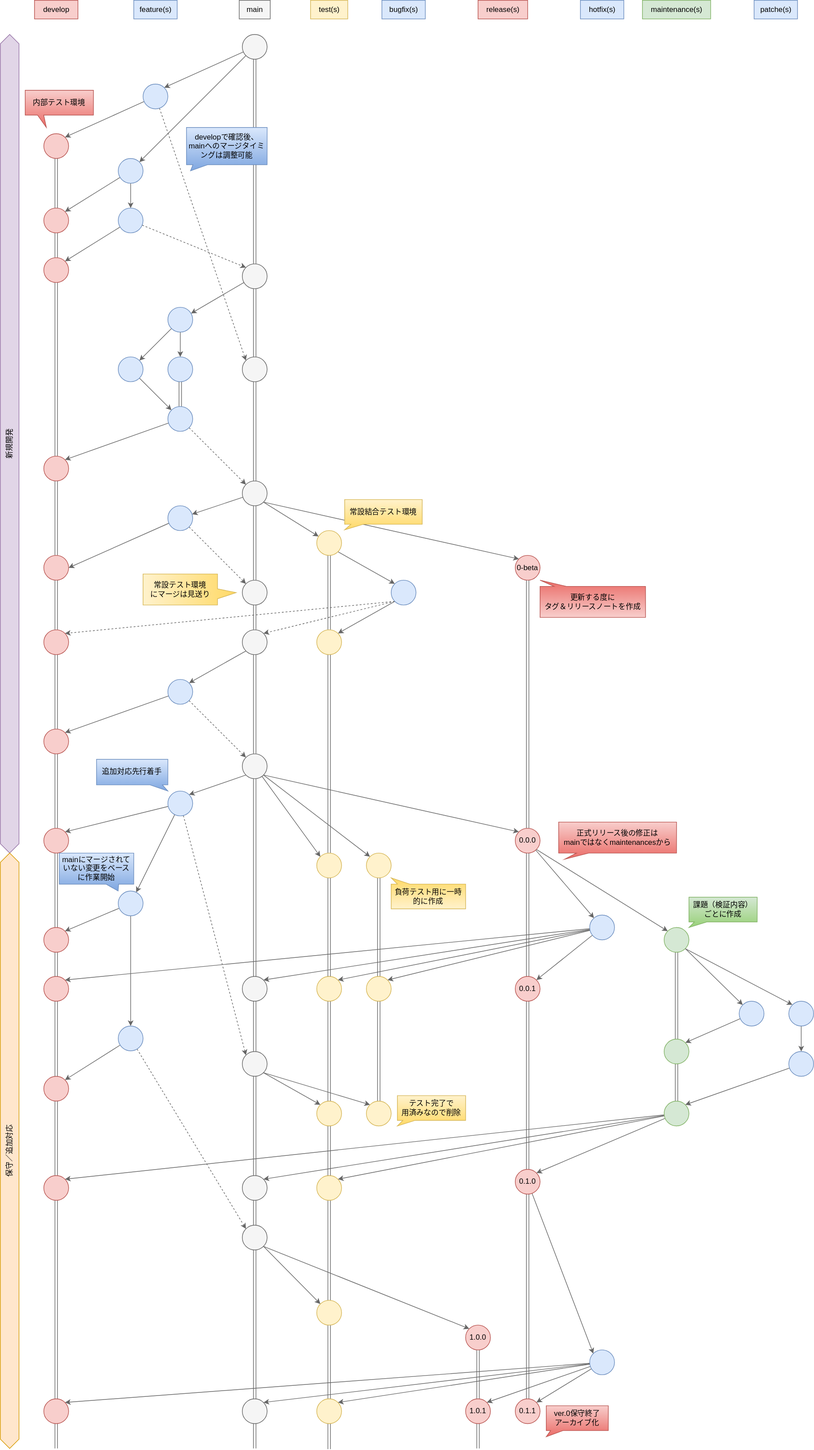
Earlier version of the draw.io export git/branch-strategy/git-biz-flow.drawio.svg (bizhermit/note). Source tidied: cells renumbered, new cells last; positions are measured from the earlier drawing's top-left corner, leaving out a move shared by most shapes.
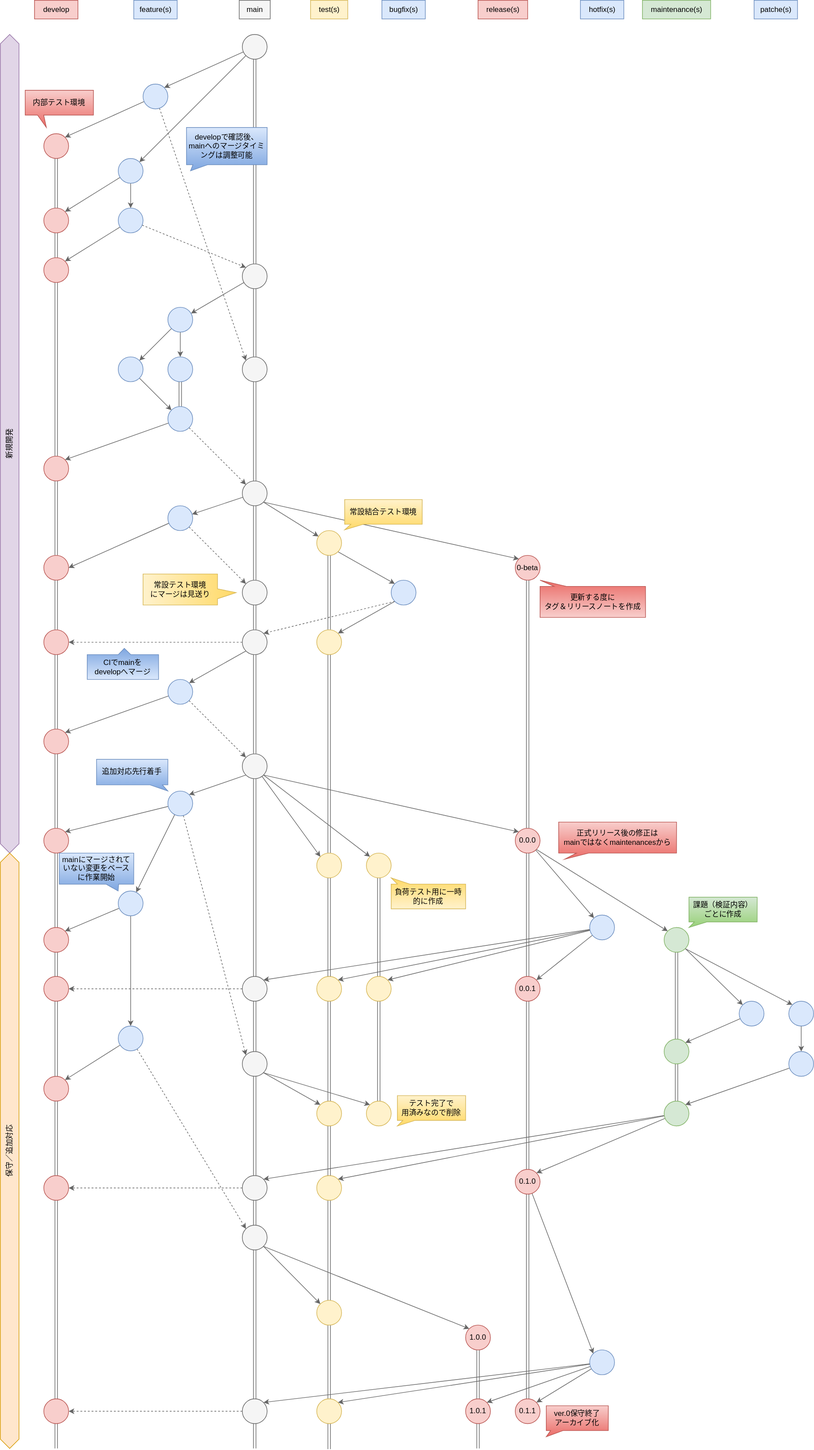
After the change.

Diff of the diagram source:
```diff
@@ -149,7 +149,7 @@
     <mxCell id="50" style="edgeStyle=none;html=1;entryX=1;entryY=0;entryDx=0;entryDy=0;fontColor=#000000;endArrow=classic;endFill=1;fillColor=#f5f5f5;strokeColor=#666666;exitX=0;exitY=1;exitDx=0;exitDy=0;dashed=1;" parent="1" edge="1" source="52" target="66">
       <mxGeometry relative="1" as="geometry" />
     </mxCell>
-    <mxCell id="51" style="edgeStyle=none;html=1;entryX=1;entryY=0;entryDx=0;entryDy=0;fontColor=#000000;endArrow=classic;endFill=1;fillColor=#f5f5f5;strokeColor=#666666;exitX=0;exitY=1;exitDx=0;exitDy=0;dashed=1;" parent="1" edge="1" source="52" target="156">
+    <mxCell id="51" style="edgeStyle=none;html=1;entryX=1;entryY=0.5;entryDx=0;entryDy=0;fontColor=#000000;endArrow=classic;endFill=1;fillColor=#f5f5f5;strokeColor=#666666;exitX=0;exitY=0.5;exitDx=0;exitDy=0;dashed=1;" parent="1" edge="1" source="66" target="156">
       <mxGeometry relative="1" as="geometry" />
     </mxCell>
     <mxCell id="52" style="ellipse;whiteSpace=wrap;html=1;fillColor=#dae8fc;strokeColor=#6c8ebf;fontColor=#000000;" parent="1" vertex="1">
@@ -224,7 +224,7 @@
     <mxCell id="75" style="edgeStyle=none;html=1;entryX=1;entryY=0;entryDx=0;entryDy=0;fillColor=#f5f5f5;strokeColor=#666666;fontColor=#000000;" parent="1" edge="1" source="78" target="87">
       <mxGeometry relative="1" as="geometry" />
     </mxCell>
-    <mxCell id="76" style="edgeStyle=none;html=1;entryX=1;entryY=0;entryDx=0;entryDy=0;fontColor=#000000;endArrow=classic;endFill=1;fillColor=#f5f5f5;strokeColor=#666666;" parent="1" edge="1" source="78" target="150">
+    <mxCell id="76" style="edgeStyle=none;html=1;entryX=1;entryY=0.5;entryDx=0;entryDy=0;fontColor=#000000;endArrow=classic;endFill=1;fillColor=#f5f5f5;strokeColor=#666666;exitX=0;exitY=0.5;exitDx=0;exitDy=0;dashed=1;" parent="1" edge="1" source="85" target="150">
       <mxGeometry relative="1" as="geometry" />
     </mxCell>
     <mxCell id="77" style="edgeStyle=none;html=1;entryX=1;entryY=0;entryDx=0;entryDy=0;fillColor=#f5f5f5;strokeColor=#666666;" parent="1" edge="1" source="78" target="175">
@@ -311,7 +311,7 @@
     <mxCell id="104" style="edgeStyle=none;html=1;entryX=1;entryY=0;entryDx=0;entryDy=0;fillColor=#f5f5f5;strokeColor=#666666;fontColor=#000000;" parent="1" edge="1" source="106" target="115">
       <mxGeometry relative="1" as="geometry" />
     </mxCell>
-    <mxCell id="105" style="edgeStyle=none;html=1;entryX=1;entryY=0;entryDx=0;entryDy=0;fontColor=#000000;endArrow=classic;endFill=1;fillColor=#f5f5f5;strokeColor=#666666;" parent="1" edge="1" source="106" target="152">
+    <mxCell id="105" style="edgeStyle=none;html=1;entryX=1;entryY=0.5;entryDx=0;entryDy=0;fontColor=#000000;endArrow=classic;endFill=1;fillColor=#f5f5f5;strokeColor=#666666;exitX=0;exitY=0.5;exitDx=0;exitDy=0;dashed=1;" parent="1" edge="1" source="115" target="152">
       <mxGeometry relative="1" as="geometry" />
     </mxCell>
     <mxCell id="106" style="ellipse;whiteSpace=wrap;html=1;fillColor=#d5e8d4;strokeColor=#82b366;fontColor=#000000;" parent="1" vertex="1">
@@ -419,7 +419,7 @@
     <mxCell id="140" style="edgeStyle=none;html=1;entryX=1;entryY=0;entryDx=0;entryDy=0;fontColor=#000000;fillColor=#f5f5f5;strokeColor=#666666;" parent="1" edge="1" source="143" target="148">
       <mxGeometry relative="1" as="geometry" />
     </mxCell>
-    <mxCell id="141" style="edgeStyle=none;html=1;entryX=1;entryY=0;entryDx=0;entryDy=0;fontColor=#000000;endArrow=classic;endFill=1;fillColor=#f5f5f5;strokeColor=#666666;" parent="1" edge="1" source="143" target="154">
+    <mxCell id="141" style="edgeStyle=none;html=1;entryX=1;entryY=0.5;entryDx=0;entryDy=0;fontColor=#000000;endArrow=classic;endFill=1;fillColor=#f5f5f5;strokeColor=#666666;exitX=0;exitY=0.5;exitDx=0;exitDy=0;dashed=1;" parent="1" edge="1" source="148" target="154">
       <mxGeometry relative="1" as="geometry" />
     </mxCell>
     <mxCell id="142" style="edgeStyle=none;html=1;entryX=1;entryY=0;entryDx=0;entryDy=0;fontColor=#000000;fillColor=#f5f5f5;strokeColor=#666666;" parent="1" edge="1" source="143" target="185">
@@ -592,5 +592,8 @@
     <mxCell id="195" value="常設結合テスト環境" style="shape=callout;whiteSpace=wrap;html=1;perimeter=calloutPerimeter;fillColor=#fff2cc;strokeColor=#d6b656;gradientColor=#ffd966;size=9;position=0.08;position2=0;base=20;direction=east;align=center;spacing=4;fontColor=#000000;" parent="1" vertex="1">
       <mxGeometry x="555" y="805" width="125" height="48.8" as="geometry" />
     </mxCell>
+    <mxCell id="196" value="CIでmainを&lt;br&gt;developへマージ" style="shape=callout;whiteSpace=wrap;html=1;perimeter=calloutPerimeter;fillColor=#dae8fc;strokeColor=#6c8ebf;gradientColor=#7ea6e0;size=10;position=0.39;position2=0.48;base=20;direction=west;align=center;spacing=4;fontColor=#000000;" parent="1" vertex="1">
+      <mxGeometry x="140" y="1045" width="115" height="50" as="geometry" />
+    </mxCell>
   </root>
 </mxGraphModel>
```
